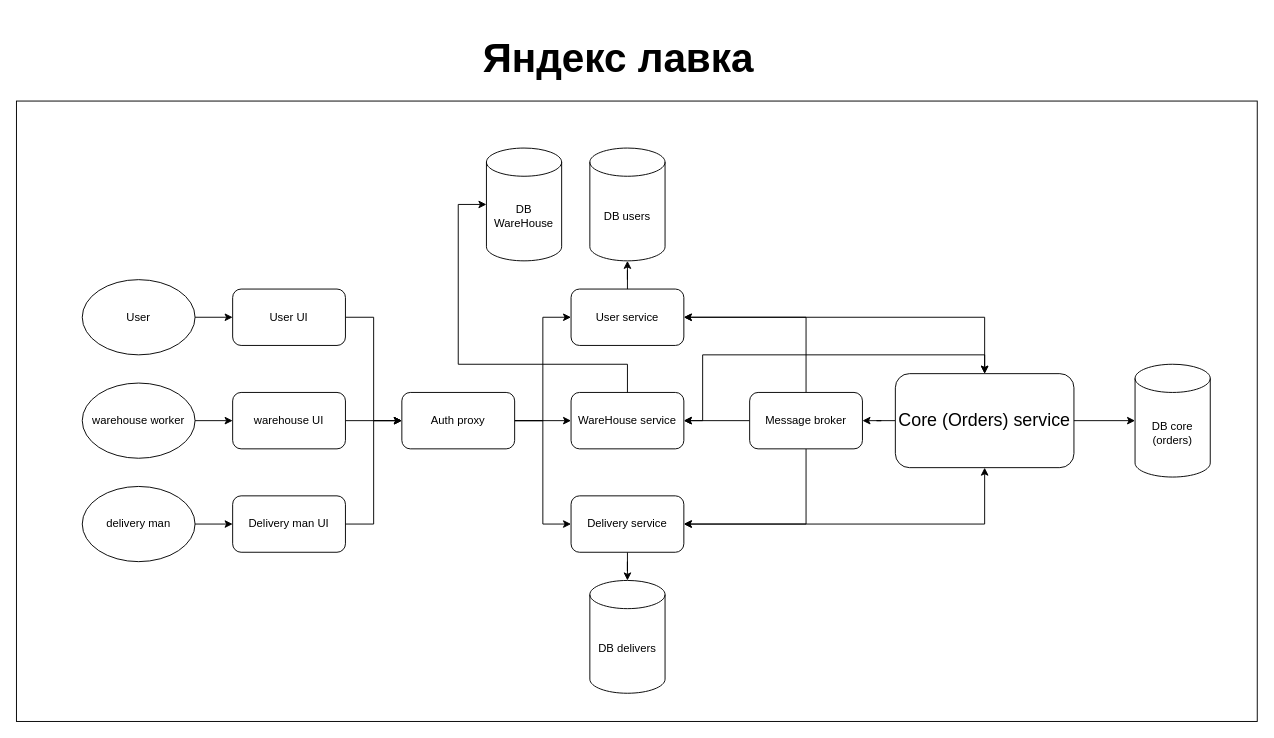
The draw.io diagram diagrams/YandexLavkaBlockScheme.drawio in NikosSgo/YandexLavka, before the edit. Source tidied: cells renumbered, new cells numbered last; positions are measured from the earlier drawing's top-left corner, leaving out a move shared by most shapes. Both pictures are drawn from the tidied source at 94%, with x=0, y=0 at pixel (16, 25).
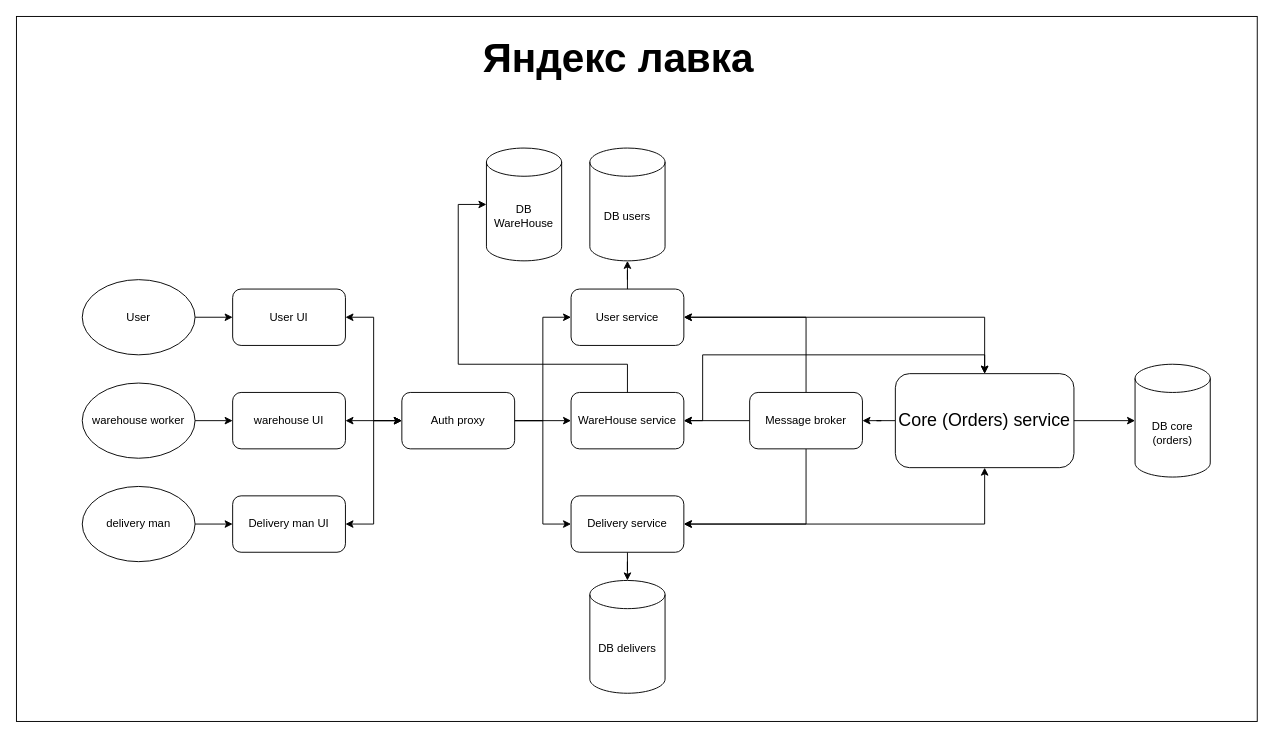
Above is the later version.

The change refers to these unchanged cells:
```xml
<mxCell id="4" value="User UI" style="rounded=1;whiteSpace=wrap;html=1;" parent="1" vertex="1">
  <mxGeometry x="230" y="280" width="120" height="60" as="geometry" />
</mxCell>
<mxCell id="21" value="Auth proxy" style="rounded=1;whiteSpace=wrap;html=1;" parent="1" vertex="1">
  <mxGeometry x="410" y="390" width="120" height="60" as="geometry" />
</mxCell>
<mxCell id="31" value="&lt;div&gt;warehouse UI&lt;/div&gt;" style="rounded=1;whiteSpace=wrap;html=1;" parent="1" vertex="1">
  <mxGeometry x="230" y="390" width="120" height="60" as="geometry" />
</mxCell>
<mxCell id="35" value="Delivery man UI" style="rounded=1;whiteSpace=wrap;html=1;" parent="1" vertex="1">
  <mxGeometry x="230" y="500" width="120" height="60" as="geometry" />
</mxCell>
```

What changed in the source:
```diff
@@
     <mxCell id="2" style="rounded=0;whiteSpace=wrap;html=1;" parent="1" vertex="1">
-      <mxGeometry y="80" width="1320" height="660" as="geometry" />
+      <mxGeometry y="-10" width="1320" height="750" as="geometry" />
     </mxCell>
-    <mxCell id="3" style="edgeStyle=orthogonalEdgeStyle;rounded=0;jettySize=auto;html=1;exitX=1;exitY=0.5;exitDx=0;exitDy=0;entryX=0;entryY=0.5;entryDx=0;entryDy=0;" parent="1" edge="1" source="4" target="21">
+    <mxCell id="3" style="edgeStyle=orthogonalEdgeStyle;rounded=0;jettySize=auto;html=1;exitX=1;exitY=0.5;exitDx=0;exitDy=0;entryX=0;entryY=0.5;entryDx=0;entryDy=0;startArrow=classic;startFill=1;" parent="1" edge="1" source="4" target="21">
       <mxGeometry relative="1" as="geometry" />
     </mxCell>
@@
-    <mxCell id="30" style="edgeStyle=orthogonalEdgeStyle;rounded=0;jettySize=auto;html=1;entryX=0;entryY=0.5;entryDx=0;entryDy=0;" parent="1" edge="1" source="31" target="21">
+    <mxCell id="30" style="edgeStyle=orthogonalEdgeStyle;rounded=0;jettySize=auto;html=1;entryX=0;entryY=0.5;entryDx=0;entryDy=0;startArrow=classic;startFill=1;" parent="1" edge="1" source="31" target="21">
       <mxGeometry relative="1" as="geometry" />
     </mxCell>
@@
-    <mxCell id="34" style="edgeStyle=orthogonalEdgeStyle;rounded=0;jettySize=auto;html=1;entryX=0;entryY=0.5;entryDx=0;entryDy=0;" parent="1" edge="1" source="35" target="21">
+    <mxCell id="34" style="edgeStyle=orthogonalEdgeStyle;rounded=0;jettySize=auto;html=1;entryX=0;entryY=0.5;entryDx=0;entryDy=0;startArrow=classic;startFill=1;" parent="1" edge="1" source="35" target="21">
       <mxGeometry relative="1" as="geometry" />
     </mxCell>
```
